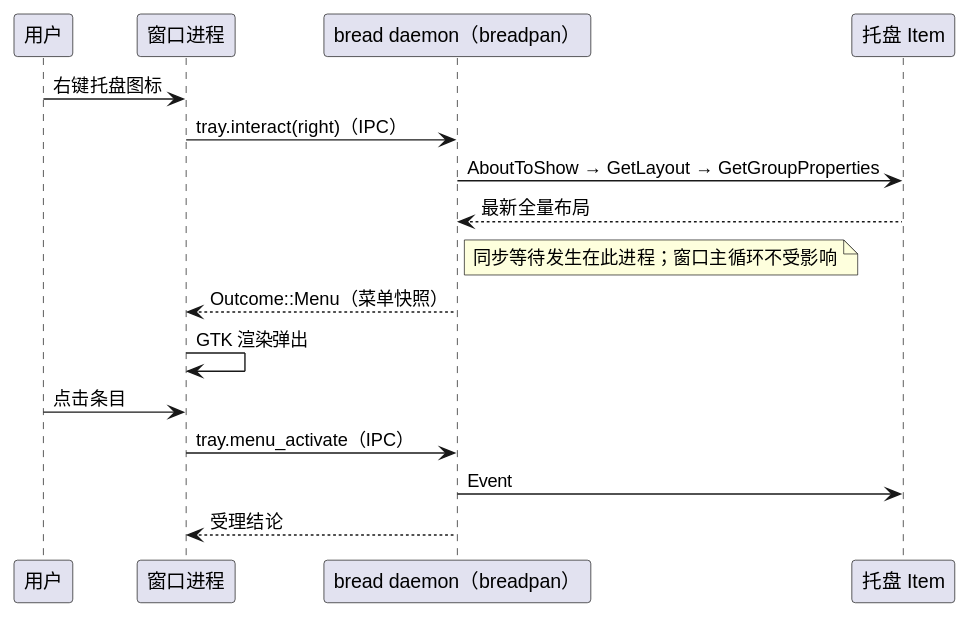
Before: diagram/breadknife-tray-menu.svg, a diagram exported from PlantUML (54m43lJ/BreadKnife).
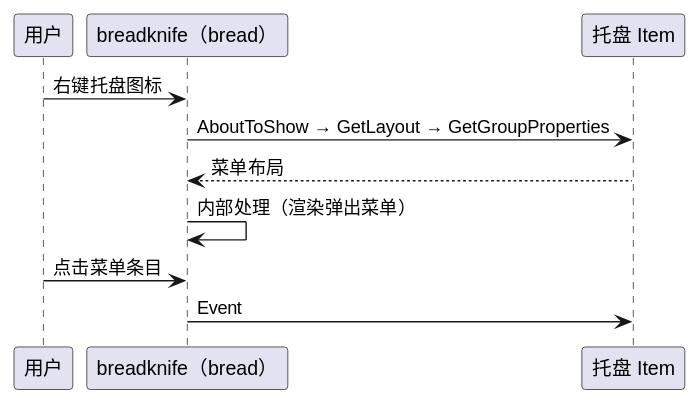
Above is the later version.

Diff of the diagram source:
```diff
@@ -1,18 +1,12 @@
 @startuml
 participant 用户
-participant "窗口进程" as win
-participant "bread daemon（breadpan）" as daemon
+participant "breadknife（bread）" as bread
 participant "托盘 Item" as item
 
-用户 -> win: 右键托盘图标
-win -> daemon: tray.interact(right)（IPC）
-daemon -> item: AboutToShow → GetLayout → GetGroupProperties
-item --> daemon: 最新全量布局
-note right of daemon: 同步等待发生在此进程；窗口主循环不受影响
-daemon --> win: Outcome::Menu（菜单快照）
-win -> win: GTK 渲染弹出
-用户 -> win: 点击条目
-win -> daemon: tray.menu_activate（IPC）
-daemon -> item: Event
-daemon --> win: 受理结论
+用户 -> bread: 右键托盘图标
+bread -> item: AboutToShow → GetLayout → GetGroupProperties
+item --> bread: 菜单布局
+bread -> bread: 内部处理（渲染弹出菜单）
+用户 -> bread: 点击菜单条目
+bread -> item: Event
 @enduml
```
